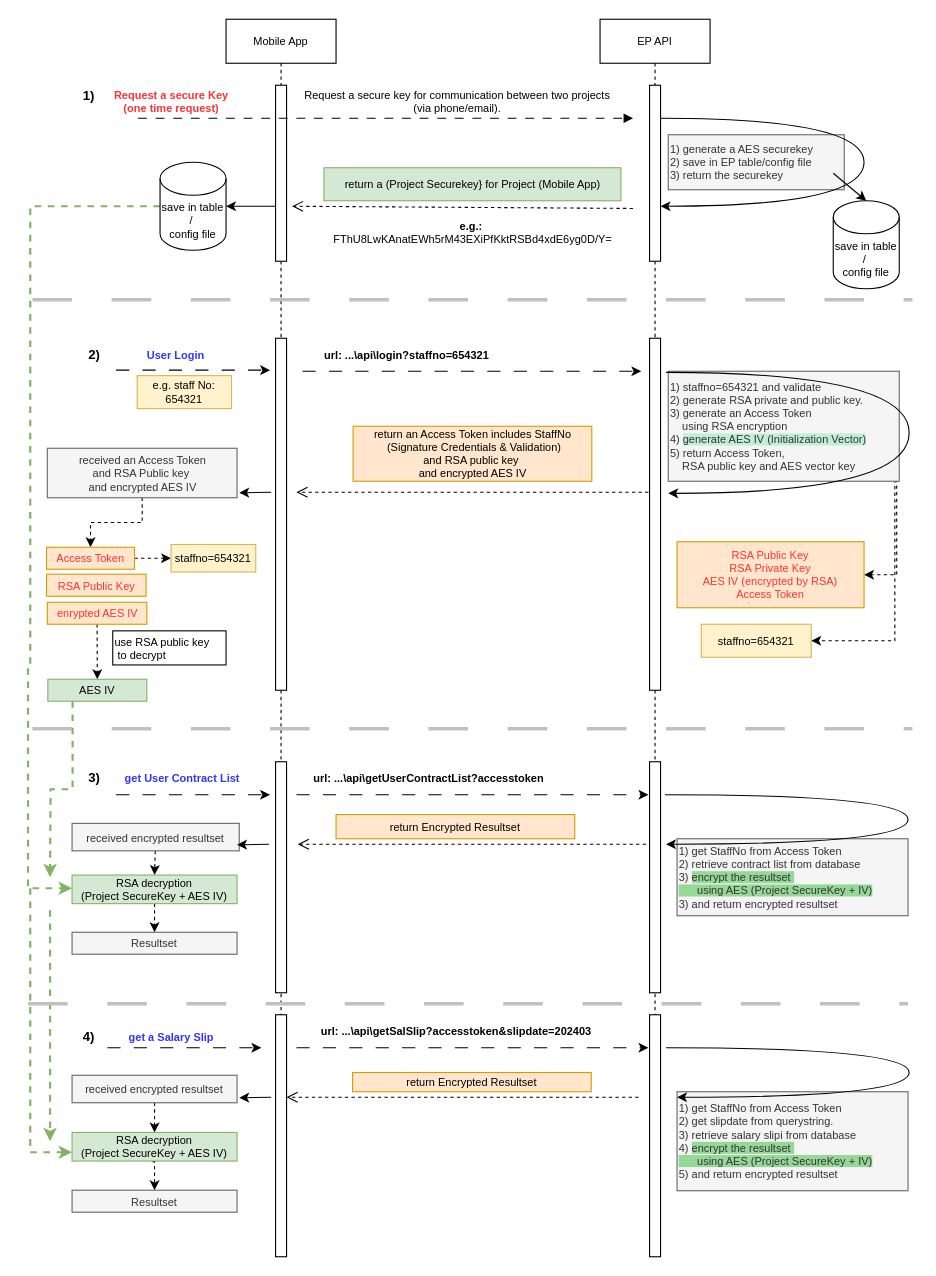
mujianlo/hrpt_drawio keeps this draw.io diagram as employeePortal_API_workflow.drawio. Above is the earlier version. Source tidied: cells renumbered, new cells numbered last; positions are measured from the earlier drawing's top-left corner, leaving out a move shared by most shapes. Both pictures are drawn from the tidied source at 110%, with x=0, y=0 at pixel (28, 19).
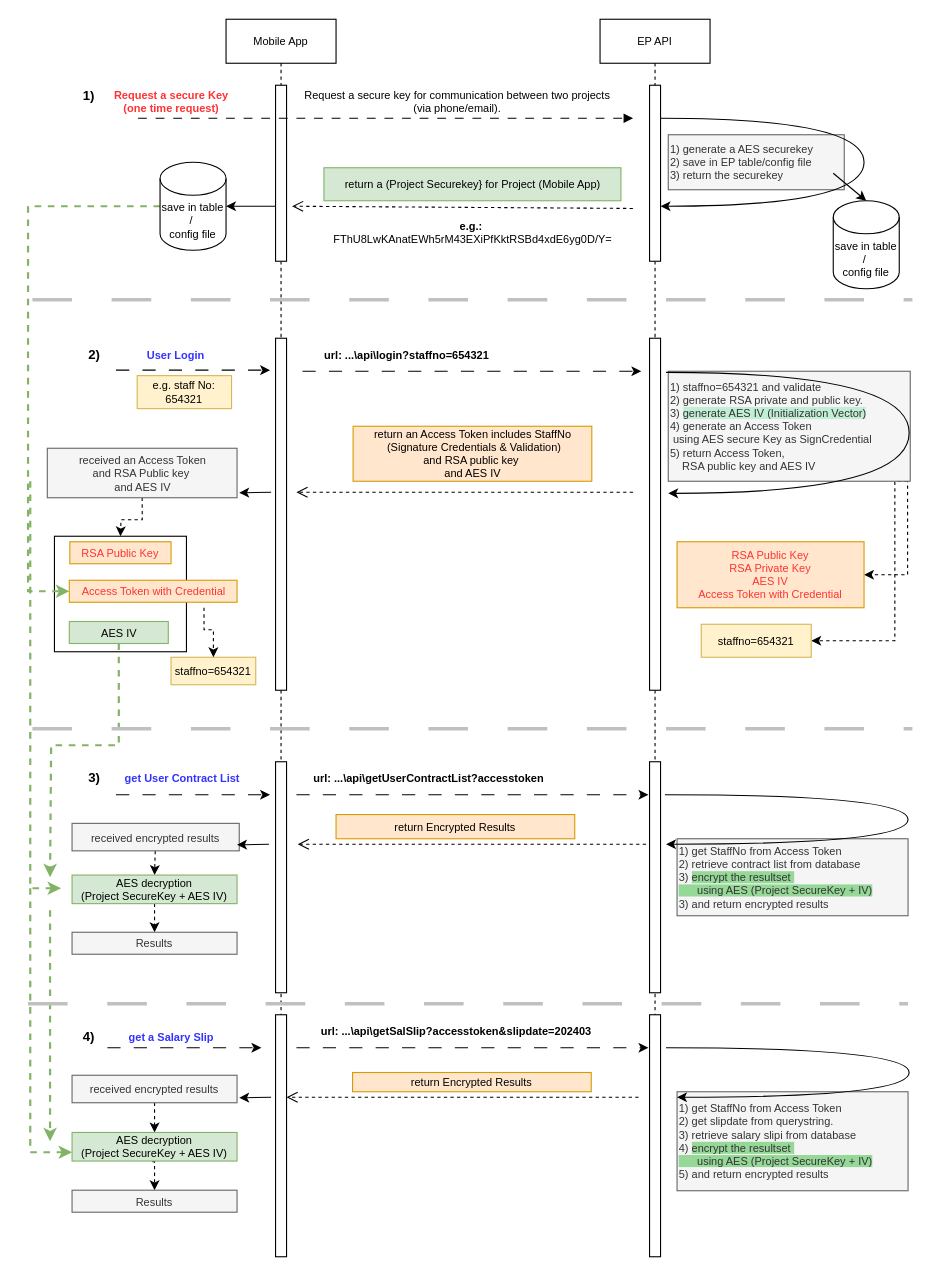
The same diagram, later.

The change refers to these unchanged cells:
```xml
<mxCell id="17" value="&lt;div style=&quot;font-size: 10px;&quot;&gt;save in table /&amp;nbsp;&lt;/div&gt;&lt;div style=&quot;font-size: 10px;&quot;&gt;config file&lt;br style=&quot;font-size: 10px;&quot;&gt;&lt;/div&gt;" style="shape=cylinder3;whiteSpace=wrap;html=1;boundedLbl=1;backgroundOutline=1;size=15;fontSize=10;" parent="1" vertex="1">
  <mxGeometry x="120" y="130" width="60" height="80" as="geometry" />
</mxCell>
```

What changed in the source:
```diff
@@
-    <mxCell id="2" value="&lt;div&gt;use RSA public key&lt;/div&gt;&lt;div&gt;&amp;nbsp;to decrypt&lt;br&gt;&lt;/div&gt;" style="rounded=0;whiteSpace=wrap;html=1;fontSize=10;align=left;" parent="1" vertex="1">
-      <mxGeometry x="77" y="556" width="103" height="31" as="geometry" />
-    </mxCell>
+    <mxCell id="86" style="rounded=0;whiteSpace=wrap;html=1;" parent="1" vertex="1">
+      <mxGeometry x="24" y="470" width="120" height="105" as="geometry" />
+    </mxCell>
@@
-    <mxCell id="4" value="&lt;div&gt;return an Access Token includes StaffNo&lt;br&gt;&lt;/div&gt;&lt;div&gt;&amp;nbsp;(Signature Credentials &amp;amp; Validation)&lt;/div&gt;&lt;div&gt;and RSA public key&amp;nbsp;&lt;/div&gt;&lt;div&gt;and encrypted AES IV&lt;br&gt;&lt;/div&gt;" style="rounded=0;whiteSpace=wrap;html=1;fillColor=#ffe6cc;strokeColor=#d79b00;fontSize=10;" parent="1" vertex="1">
+    <mxCell id="4" value="&lt;div&gt;return an Access Token includes StaffNo&lt;br&gt;&lt;/div&gt;&lt;div&gt;&amp;nbsp;(Signature Credentials &amp;amp; Validation)&lt;/div&gt;&lt;div&gt;and RSA public key&amp;nbsp;&lt;/div&gt;&lt;div&gt;and AES IV&lt;br&gt;&lt;/div&gt;" style="rounded=0;whiteSpace=wrap;html=1;fillColor=#ffe6cc;strokeColor=#d79b00;fontSize=10;" parent="1" vertex="1">
       <mxGeometry x="295.5" y="370" width="217" height="50" as="geometry" />
     </mxCell>
@@
-    <mxCell id="16" style="edgeStyle=orthogonalEdgeStyle;rounded=0;jettySize=auto;html=1;exitX=0;exitY=0.5;exitDx=0;exitDy=0;exitPerimeter=0;strokeWidth=2;fillColor=#d5e8d4;strokeColor=#82b366;dashed=1;entryX=0;entryY=0.462;entryDx=0;entryDy=0;entryPerimeter=0;" parent="1" edge="1" source="17" target="63">
+    <mxCell id="16" style="rounded=0;jettySize=auto;html=1;exitX=0;exitY=0.5;exitDx=0;exitDy=0;exitPerimeter=0;strokeWidth=2;fillColor=#d5e8d4;strokeColor=#82b366;dashed=1;entryX=0;entryY=0.5;entryDx=0;entryDy=0;edgeStyle=orthogonalEdgeStyle;" parent="1" edge="1" source="17" target="54">
       <mxGeometry relative="1" as="geometry">
         <Array as="points">
-          <mxPoint x="2" y="170" />
-          <mxPoint x="2" y="585" />
-          <mxPoint y="585" />
-          <mxPoint y="790" />
+          <mxPoint y="170" />
+          <mxPoint y="520" />
         </Array>
       </mxGeometry>
     </mxCell>
@@
-    <mxCell id="28" value="&lt;div style=&quot;font-size: 10px;&quot;&gt;&lt;font style=&quot;font-size: 10px;&quot;&gt;1) staffno=654321 and validate&lt;br style=&quot;font-size: 10px;&quot;&gt;&lt;/font&gt;&lt;/div&gt;&lt;div style=&quot;font-size: 10px;&quot;&gt;&lt;font style=&quot;font-size: 10px;&quot;&gt;2) generate RSA&lt;font style=&quot;font-size: 10px;&quot;&gt; private and public key.&lt;/font&gt;&lt;/font&gt;&lt;/div&gt;&lt;div style=&quot;font-size: 10px;&quot;&gt;&lt;font style=&quot;font-size: 10px;&quot;&gt;&lt;font style=&quot;font-size: 10px;&quot;&gt;3) generate an Access Token&amp;nbsp;&lt;/font&gt;&lt;/font&gt;&lt;/div&gt;&lt;div style=&quot;font-size: 10px;&quot;&gt;&lt;font style=&quot;font-size: 10px;&quot;&gt;&lt;font style=&quot;font-size: 10px;&quot;&gt;&amp;nbsp;&amp;nbsp;&amp;nbsp; using RSA encryption&lt;br&gt;&lt;/font&gt;&lt;/font&gt;&lt;/div&gt;&lt;div style=&quot;font-size: 10px;&quot;&gt;&lt;font style=&quot;font-size: 10px;&quot;&gt;&lt;font style=&quot;font-size: 10px;&quot;&gt;4) &lt;/font&gt;&lt;/font&gt;&lt;font style=&quot;font-size: 10px; background-color: rgb(193, 238, 213);&quot;&gt;&lt;font style=&quot;font-size: 10px;&quot;&gt;generate AES IV (Initialization Vector)&lt;br&gt;&lt;/font&gt;&lt;/font&gt;&lt;/div&gt;&lt;div&gt;5) return Access Token,&amp;nbsp;&lt;/div&gt;&lt;div&gt;&amp;nbsp;&amp;nbsp;&amp;nbsp; RSA public key and AES vector key&lt;br&gt;&lt;/div&gt;" style="text;html=1;align=left;verticalAlign=middle;points=[];fontSize=10;fillColor=#f5f5f5;fontColor=#333333;strokeColor=#666666;" parent="1" vertex="1">
-      <mxGeometry x="582" y="320" width="210" height="100" as="geometry" />
+    <mxCell id="28" value="&lt;div style=&quot;font-size: 10px;&quot;&gt;&lt;font style=&quot;font-size: 10px;&quot;&gt;1) staffno=654321 and validate&lt;br style=&quot;font-size: 10px;&quot;&gt;&lt;/font&gt;&lt;/div&gt;&lt;div style=&quot;font-size: 10px;&quot;&gt;&lt;font style=&quot;font-size: 10px;&quot;&gt;2) generate RSA&lt;font style=&quot;font-size: 10px;&quot;&gt; private and public key.&lt;/font&gt;&lt;/font&gt;&lt;/div&gt;&lt;div style=&quot;font-size: 10px;&quot;&gt;&lt;font style=&quot;font-size: 10px;&quot;&gt;&lt;font style=&quot;font-size: 10px;&quot;&gt;3) &lt;/font&gt;&lt;/font&gt;&lt;font style=&quot;font-size: 10px; background-color: rgb(193, 238, 213);&quot;&gt;&lt;font style=&quot;font-size: 10px;&quot;&gt;generate AES IV (Initialization Vector)&lt;/font&gt;&lt;/font&gt;&lt;/div&gt;&lt;div style=&quot;font-size: 10px;&quot;&gt;4) &lt;font style=&quot;font-size: 10px;&quot;&gt;&lt;font style=&quot;font-size: 10px;&quot;&gt;generate an Access Token&amp;nbsp;&lt;/font&gt;&lt;/font&gt;&lt;/div&gt;&lt;div style=&quot;font-size: 10px;&quot;&gt;&lt;font style=&quot;font-size: 10px;&quot;&gt;&lt;font style=&quot;font-size: 10px;&quot;&gt;&amp;nbsp;using AES secure Key as SignCredential&lt;br&gt;&lt;/font&gt;&lt;/font&gt;&lt;/div&gt;&lt;div&gt;5) return Access Token,&amp;nbsp;&lt;/div&gt;&lt;div&gt;&amp;nbsp;&amp;nbsp;&amp;nbsp; RSA public key and AES IV&lt;br&gt;&lt;/div&gt;" style="text;html=1;align=left;verticalAlign=middle;points=[];fontSize=10;fillColor=#f5f5f5;fontColor=#333333;strokeColor=#666666;" parent="1" vertex="1">
+      <mxGeometry x="582" y="320" width="220" height="100" as="geometry" />
     </mxCell>
     <mxCell id="29" style="html=1;verticalAlign=bottom;endArrow=open;dashed=1;endSize=8;elbow=horizontal;rounded=0;fontSize=10;" parent="1" edge="1">
       <mxGeometry relative="1" as="geometry">
-        <mxPoint x="564" y="430" as="sourcePoint" />
+        <mxPoint x="550" y="430" as="sourcePoint" />
         <mxPoint x="244" y="430" as="targetPoint" />
       </mxGeometry>
     </mxCell>
@@
-    <mxCell id="32" style="rounded=0;jettySize=auto;html=1;strokeWidth=2;fillColor=#d5e8d4;strokeColor=#82b366;dashed=1;exitX=0.25;exitY=1;exitDx=0;exitDy=0;edgeStyle=orthogonalEdgeStyle;" parent="1" edge="1" source="33">
+    <mxCell id="32" style="rounded=0;jettySize=auto;html=1;strokeWidth=2;fillColor=#d5e8d4;strokeColor=#82b366;dashed=1;exitX=0.5;exitY=1;exitDx=0;exitDy=0;edgeStyle=orthogonalEdgeStyle;" parent="1" edge="1" source="33">
       <mxGeometry relative="1" as="geometry">
         <mxPoint x="20" y="780" as="targetPoint" />
+        <Array as="points">
+          <mxPoint x="83" y="660" />
+          <mxPoint x="21" y="660" />
+        </Array>
       </mxGeometry>
     </mxCell>
     <mxCell id="33" value="AES IV" style="rounded=0;whiteSpace=wrap;html=1;fillColor=#d5e8d4;strokeColor=#82b366;fontSize=10;" parent="1" vertex="1">
-      <mxGeometry x="18" y="600" width="90" height="20" as="geometry" />
+      <mxGeometry x="37.5" y="547.5" width="90" height="20" as="geometry" />
     </mxCell>
@@
-    <mxCell id="42" value="&lt;div&gt;1) get StaffNo from Access Token&lt;/div&gt;&lt;div&gt;2) retrieve contract list from database&lt;/div&gt;&lt;div&gt;3) &lt;span style=&quot;background-color: rgb(150, 216, 152);&quot;&gt;encrypt the resultset&amp;nbsp;&lt;/span&gt;&lt;/div&gt;&lt;div&gt;&lt;span style=&quot;background-color: rgb(150, 216, 152);&quot;&gt;&amp;nbsp;&amp;nbsp;&amp;nbsp;&amp;nbsp;&amp;nbsp; using AES (Project SecureKey + IV)&lt;/span&gt;&lt;br&gt;&lt;/div&gt;&lt;div&gt;3) and return encrypted resultset &lt;br&gt;&lt;/div&gt;" style="text;html=1;align=left;verticalAlign=middle;strokeColor=#666666;fillColor=#f5f5f5;fontSize=10;fontColor=#333333;" parent="1" vertex="1">
+    <mxCell id="42" value="&lt;div&gt;1) get StaffNo from Access Token&lt;/div&gt;&lt;div&gt;2) retrieve contract list from database&lt;/div&gt;&lt;div&gt;3) &lt;span style=&quot;background-color: rgb(150, 216, 152);&quot;&gt;encrypt the resultset&amp;nbsp;&lt;/span&gt;&lt;/div&gt;&lt;div&gt;&lt;span style=&quot;background-color: rgb(150, 216, 152);&quot;&gt;&amp;nbsp;&amp;nbsp;&amp;nbsp;&amp;nbsp;&amp;nbsp; using AES (Project SecureKey + IV)&lt;/span&gt;&lt;br&gt;&lt;/div&gt;&lt;div&gt;3) and return encrypted results&lt;br&gt;&lt;/div&gt;" style="text;html=1;align=left;verticalAlign=middle;strokeColor=#666666;fillColor=#f5f5f5;fontSize=10;fontColor=#333333;" parent="1" vertex="1">
       <mxGeometry x="590" y="745" width="210" height="70" as="geometry" />
     </mxCell>
@@
-    <mxCell id="46" value="&lt;div&gt;RSA Public Key&lt;/div&gt;&lt;div&gt;RSA Private Key&lt;/div&gt;&lt;div&gt;AES IV (encrypted by RSA)&lt;br&gt;&lt;/div&gt;&lt;div&gt;Access Token&lt;br&gt;&lt;/div&gt;" style="rounded=0;whiteSpace=wrap;html=1;fillColor=#ffe6cc;strokeColor=#d79b00;fontSize=10;fontColor=#FF3333;" parent="1" vertex="1">
+    <mxCell id="46" value="&lt;div&gt;RSA Public Key&lt;/div&gt;&lt;div&gt;RSA Private Key&lt;/div&gt;&lt;div&gt;AES IV&lt;/div&gt;&lt;div&gt;Access Token with Credential&lt;br&gt;&lt;/div&gt;" style="rounded=0;whiteSpace=wrap;html=1;fillColor=#ffe6cc;strokeColor=#d79b00;fontSize=10;fontColor=#FF3333;" parent="1" vertex="1">
       <mxGeometry x="590" y="475" width="170" height="60" as="geometry" />
     </mxCell>
@@
-    <mxCell id="50" style="edgeStyle=orthogonalEdgeStyle;rounded=0;jettySize=auto;html=1;dashed=1;exitX=0.5;exitY=1;exitDx=0;exitDy=0;" parent="1" edge="1" source="57" target="54">
-      <mxGeometry relative="1" as="geometry" />
+    <mxCell id="50" style="edgeStyle=orthogonalEdgeStyle;rounded=0;jettySize=auto;html=1;dashed=1;exitX=0.5;exitY=1;exitDx=0;exitDy=0;" parent="1" edge="1" source="57">
+      <mxGeometry relative="1" as="geometry">
+        <mxPoint x="84" y="470" as="targetPoint" />
+      </mxGeometry>
     </mxCell>
-    <mxCell id="51" style="rounded=0;jettySize=auto;html=1;dashed=1;exitX=0.5;exitY=1;exitDx=0;exitDy=0;" parent="1" edge="1" source="53" target="33">
-      <mxGeometry relative="1" as="geometry" />
-    </mxCell>
-    <mxCell id="52" style="rounded=0;jettySize=auto;html=1;dashed=1;entryX=0;entryY=0.5;entryDx=0;entryDy=0;exitX=1;exitY=0.5;exitDx=0;exitDy=0;" parent="1" edge="1" source="54" target="56">
-      <mxGeometry relative="1" as="geometry" />
-    </mxCell>
-    <mxCell id="53" value="enrypted AES IV" style="rounded=0;whiteSpace=wrap;html=1;fillColor=#ffe6cc;strokeColor=#d79b00;fontSize=10;fontColor=#FF3333;" parent="1" vertex="1">
-      <mxGeometry x="17.5" y="530" width="90.5" height="20" as="geometry" />
-    </mxCell>
-    <mxCell id="54" value="Access Token" style="rounded=0;whiteSpace=wrap;html=1;fillColor=#ffe6cc;strokeColor=#d79b00;fontSize=10;fontColor=#FF3333;" parent="1" vertex="1">
-      <mxGeometry x="16.8" y="480" width="80" height="20" as="geometry" />
+    <mxCell id="54" value="Access Token with Credential" style="rounded=0;whiteSpace=wrap;html=1;fillColor=#ffe6cc;strokeColor=#d79b00;fontSize=10;fontColor=#FF3333;" parent="1" vertex="1">
+      <mxGeometry x="37.5" y="510" width="152.5" height="20" as="geometry" />
     </mxCell>
@@
     <mxCell id="56" value="&lt;div&gt;staffno=654321&lt;/div&gt;" style="rounded=0;whiteSpace=wrap;html=1;fillColor=#fff2cc;strokeColor=#d6b656;fontSize=10;" parent="1" vertex="1">
-      <mxGeometry x="130" y="477.5" width="77" height="25" as="geometry" />
+      <mxGeometry x="130" y="580" width="77" height="25" as="geometry" />
     </mxCell>
-    <mxCell id="57" value="&lt;div&gt;received an Access Token&lt;/div&gt;&lt;div&gt;and RSA Public key&amp;nbsp;&lt;/div&gt;&lt;div&gt;and encrypted AES IV&lt;br&gt;&lt;/div&gt;" style="rounded=0;whiteSpace=wrap;html=1;fillColor=#f5f5f5;strokeColor=#666666;fontSize=10;fontColor=#333333;" parent="1" vertex="1">
+    <mxCell id="57" value="&lt;div&gt;received an Access Token&lt;/div&gt;&lt;div&gt;and RSA Public key&amp;nbsp;&lt;/div&gt;&lt;div&gt;and AES IV&lt;br&gt;&lt;/div&gt;" style="rounded=0;whiteSpace=wrap;html=1;fillColor=#f5f5f5;strokeColor=#666666;fontSize=10;fontColor=#333333;" parent="1" vertex="1">
       <mxGeometry x="17.5" y="390" width="172.5" height="45" as="geometry" />
     </mxCell>
-    <mxCell id="58" value="&lt;div&gt;return Encrypted Resultset&lt;/div&gt;" style="rounded=0;whiteSpace=wrap;html=1;fillColor=#ffe6cc;strokeColor=#d79b00;fontSize=10;" parent="1" vertex="1">
+    <mxCell id="58" value="&lt;div&gt;return Encrypted Results&lt;/div&gt;" style="rounded=0;whiteSpace=wrap;html=1;fillColor=#ffe6cc;strokeColor=#d79b00;fontSize=10;" parent="1" vertex="1">
       <mxGeometry x="280" y="723" width="217" height="22" as="geometry" />
     </mxCell>
@@
-    <mxCell id="60" value="&lt;div&gt;received encrypted resultset&lt;br&gt;&lt;/div&gt;" style="rounded=0;whiteSpace=wrap;html=1;fillColor=#f5f5f5;strokeColor=#666666;fontSize=10;fontColor=#333333;" parent="1" vertex="1">
+    <mxCell id="60" value="&lt;div&gt;received encrypted results&lt;/div&gt;" style="rounded=0;whiteSpace=wrap;html=1;fillColor=#f5f5f5;strokeColor=#666666;fontSize=10;fontColor=#333333;" parent="1" vertex="1">
       <mxGeometry x="40" y="731" width="152" height="25" as="geometry" />
     </mxCell>
@@
-    <mxCell id="63" value="&lt;div&gt;RSA decryption&lt;/div&gt;&lt;div&gt;(Project SecureKey + AES IV) &lt;/div&gt;" style="rounded=0;whiteSpace=wrap;html=1;fontSize=10;strokeColor=#82b366;align=center;fillColor=#d5e8d4;" parent="1" vertex="1">
+    <mxCell id="63" value="&lt;div&gt;AES decryption&lt;/div&gt;&lt;div&gt;(Project SecureKey + AES IV) &lt;/div&gt;" style="rounded=0;whiteSpace=wrap;html=1;fontSize=10;strokeColor=#82b366;align=center;fillColor=#d5e8d4;" parent="1" vertex="1">
       <mxGeometry x="40" y="778" width="150" height="26" as="geometry" />
     </mxCell>
@@
-    <mxCell id="69" value="&lt;div&gt;1) get StaffNo from Access Token&lt;/div&gt;&lt;div&gt;2) get slipdate from querystring.&lt;/div&gt;&lt;div&gt;3) retrieve salary slipi from database&lt;/div&gt;&lt;div&gt;4) &lt;span style=&quot;background-color: rgb(150, 216, 152);&quot;&gt;encrypt the resultset&amp;nbsp;&lt;/span&gt;&lt;/div&gt;&lt;div&gt;&lt;span style=&quot;background-color: rgb(150, 216, 152);&quot;&gt;&amp;nbsp;&amp;nbsp;&amp;nbsp;&amp;nbsp;&amp;nbsp; using AES (Project SecureKey + IV)&lt;/span&gt;&lt;br&gt;&lt;/div&gt;&lt;div&gt;5) and return encrypted resultset &lt;br&gt;&lt;/div&gt;" style="text;html=1;align=left;verticalAlign=middle;strokeColor=#666666;fillColor=#f5f5f5;fontSize=10;fontColor=#333333;" parent="1" vertex="1">
+    <mxCell id="69" value="&lt;div&gt;1) get StaffNo from Access Token&lt;/div&gt;&lt;div&gt;2) get slipdate from querystring.&lt;/div&gt;&lt;div&gt;3) retrieve salary slipi from database&lt;/div&gt;&lt;div&gt;4) &lt;span style=&quot;background-color: rgb(150, 216, 152);&quot;&gt;encrypt the resultset&amp;nbsp;&lt;/span&gt;&lt;/div&gt;&lt;div&gt;&lt;span style=&quot;background-color: rgb(150, 216, 152);&quot;&gt;&amp;nbsp;&amp;nbsp;&amp;nbsp;&amp;nbsp;&amp;nbsp; using AES (Project SecureKey + IV)&lt;/span&gt;&lt;br&gt;&lt;/div&gt;&lt;div&gt;5) and return encrypted results&lt;br&gt;&lt;/div&gt;" style="text;html=1;align=left;verticalAlign=middle;strokeColor=#666666;fillColor=#f5f5f5;fontSize=10;fontColor=#333333;" parent="1" vertex="1">
       <mxGeometry x="590" y="975" width="210" height="90" as="geometry" />
     </mxCell>
@@
-    <mxCell id="74" value="&lt;div&gt;return Encrypted Resultset&lt;/div&gt;" style="rounded=0;whiteSpace=wrap;html=1;fillColor=#ffe6cc;strokeColor=#d79b00;fontSize=10;" parent="1" vertex="1">
+    <mxCell id="74" value="&lt;div&gt;return Encrypted Results&lt;/div&gt;" style="rounded=0;whiteSpace=wrap;html=1;fillColor=#ffe6cc;strokeColor=#d79b00;fontSize=10;" parent="1" vertex="1">
       <mxGeometry x="295" y="957.5" width="217" height="17.5" as="geometry" />
     </mxCell>
@@
-    <mxCell id="77" value="Resultset" style="rounded=0;whiteSpace=wrap;html=1;fillColor=#f5f5f5;strokeColor=#666666;fontSize=10;fontColor=#333333;" parent="1" vertex="1">
+    <mxCell id="77" value="Results" style="rounded=0;whiteSpace=wrap;html=1;fillColor=#f5f5f5;strokeColor=#666666;fontSize=10;fontColor=#333333;" parent="1" vertex="1">
       <mxGeometry x="40" y="830" width="150" height="20" as="geometry" />
     </mxCell>
@@
-    <mxCell id="80" value="Resultset" style="rounded=0;whiteSpace=wrap;html=1;fillColor=#f5f5f5;strokeColor=#666666;fontSize=10;fontColor=#333333;" parent="1" vertex="1">
+    <mxCell id="80" value="Results" style="rounded=0;whiteSpace=wrap;html=1;fillColor=#f5f5f5;strokeColor=#666666;fontSize=10;fontColor=#333333;" parent="1" vertex="1">
       <mxGeometry x="40" y="1064.5" width="150" height="20" as="geometry" />
     </mxCell>
-    <mxCell id="81" value="&lt;div&gt;RSA decryption&lt;/div&gt;&lt;div&gt;(Project SecureKey + AES IV) &lt;/div&gt;" style="rounded=0;whiteSpace=wrap;html=1;fontSize=10;strokeColor=#82b366;align=center;fillColor=#d5e8d4;" parent="1" vertex="1">
+    <mxCell id="81" value="&lt;div&gt;AES decryption&lt;/div&gt;&lt;div&gt;(Project SecureKey + AES IV) &lt;/div&gt;" style="rounded=0;whiteSpace=wrap;html=1;fontSize=10;strokeColor=#82b366;align=center;fillColor=#d5e8d4;" parent="1" vertex="1">
       <mxGeometry x="40" y="1012" width="150" height="26" as="geometry" />
     </mxCell>
-    <mxCell id="82" value="&lt;div&gt;received encrypted resultset&lt;br&gt;&lt;/div&gt;" style="rounded=0;whiteSpace=wrap;html=1;fillColor=#f5f5f5;strokeColor=#666666;fontSize=10;fontColor=#333333;" parent="1" vertex="1">
+    <mxCell id="82" value="&lt;div&gt;received encrypted results&lt;br&gt;&lt;/div&gt;" style="rounded=0;whiteSpace=wrap;html=1;fillColor=#f5f5f5;strokeColor=#666666;fontSize=10;fontColor=#333333;" parent="1" vertex="1">
       <mxGeometry x="40" y="960" width="150" height="25" as="geometry" />
     </mxCell>
@@
     <mxCell id="85" value="RSA Public Key" style="rounded=0;whiteSpace=wrap;html=1;fillColor=#ffe6cc;strokeColor=#d79b00;fontSize=10;fontColor=#FF3333;" parent="1" vertex="1">
-      <mxGeometry x="16.8" y="504.5" width="90.5" height="20" as="geometry" />
+      <mxGeometry x="38" y="475" width="92" height="20" as="geometry" />
     </mxCell>
+    <mxCell id="87" style="endArrow=classic;html=1;rounded=0;edgeStyle=elbowEdgeStyle;dashed=1;fillColor=#d5e8d4;strokeColor=#82b366;strokeWidth=2;fontSize=10;" parent="1" edge="1">
+      <mxGeometry relative="1" as="geometry">
+        <mxPoint x="2" y="420" as="sourcePoint" />
+        <mxPoint x="30" y="790" as="targetPoint" />
+        <Array as="points">
+          <mxPoint x="2" y="790" />
+        </Array>
+      </mxGeometry>
+    </mxCell>
+    <mxCell id="52" style="edgeStyle=orthogonalEdgeStyle;rounded=0;jettySize=auto;html=1;dashed=1;exitX=0.803;exitY=1.25;exitDx=0;exitDy=0;entryX=0.5;entryY=0;entryDx=0;entryDy=0;exitPerimeter=0;" parent="1" edge="1" source="54" target="56">
+      <mxGeometry relative="1" as="geometry" />
+    </mxCell>
```
